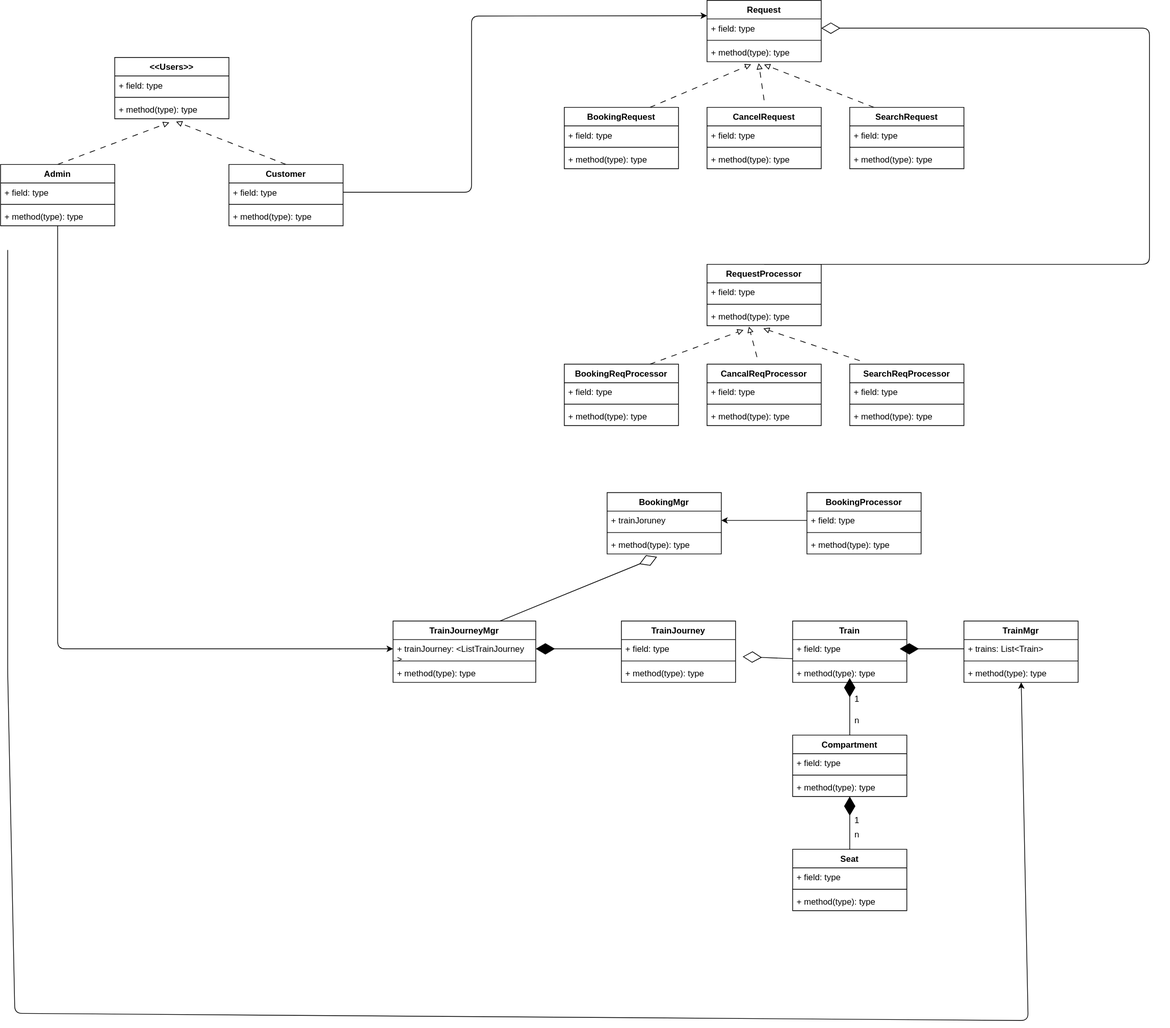
Earlier version of the draw.io export Projects/IRCTC/booking/booking_system.drawio.svg (ShamanthKumarHP/LLD). Source tidied: cells renumbered, new cells last; positions are measured from the earlier drawing's top-left corner, leaving out a move shared by most shapes.
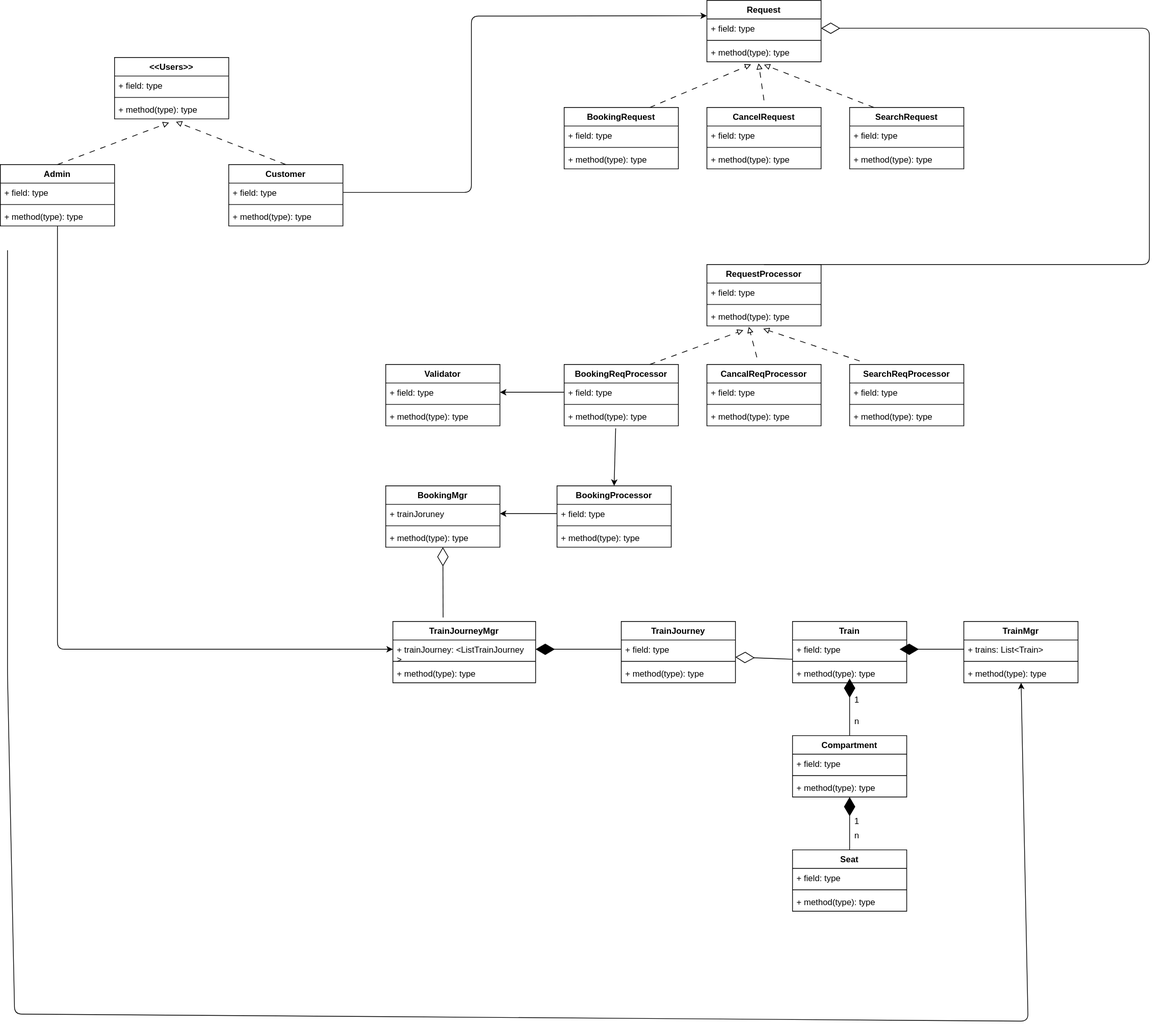
After the commit.

Change to the diagram source:
```diff
@@ -207,7 +207,7 @@
       <mxGeometry y="60" width="160" height="26" as="geometry" />
     </mxCell>
     <mxCell id="70" value="BookingMgr" style="swimlane;fontStyle=1;align=center;verticalAlign=top;horizontal=1;startSize=26;" parent="1" vertex="1">
-      <mxGeometry x="850" y="690" width="160" height="86" as="geometry" />
+      <mxGeometry x="540" y="680" width="160" height="86" as="geometry" />
     </mxCell>
     <mxCell id="71" value="+ trainJoruney" style="text;strokeColor=none;fillColor=none;align=left;verticalAlign=top;spacingLeft=4;spacingRight=4;overflow=hidden;points=[[0,0.5],[1,0.5]];portConstraint=eastwest;" parent="70" vertex="1">
       <mxGeometry y="26" width="160" height="26" as="geometry" />
@@ -261,8 +261,11 @@
         <mxPoint x="1069" y="460" as="targetPoint" />
       </mxGeometry>
     </mxCell>
+    <mxCell id="101" style="edgeStyle=none;html=1;exitX=0.5;exitY=0;exitDx=0;exitDy=0;entryX=0.451;entryY=1.135;entryDx=0;entryDy=0;entryPerimeter=0;endArrow=none;endFill=0;startArrow=classic;startFill=1;" parent="1" edge="1" source="83" target="61">
+      <mxGeometry relative="1" as="geometry" />
+    </mxCell>
     <mxCell id="83" value="BookingProcessor" style="swimlane;fontStyle=1;align=center;verticalAlign=top;horizontal=1;startSize=26;" parent="1" vertex="1">
-      <mxGeometry x="1130" y="690" width="160" height="86" as="geometry" />
+      <mxGeometry x="780" y="680" width="160" height="86" as="geometry" />
     </mxCell>
     <mxCell id="84" value="+ field: type" style="text;strokeColor=none;fillColor=none;align=left;verticalAlign=top;spacingLeft=4;spacingRight=4;overflow=hidden;points=[[0,0.5],[1,0.5]];portConstraint=eastwest;" parent="83" vertex="1">
       <mxGeometry y="26" width="160" height="26" as="geometry" />
@@ -294,7 +297,7 @@
     </mxCell>
     <mxCell id="92" style="endArrow=diamondThin;endFill=0;endSize=24;html=1;" parent="1" edge="1" source="24">
       <mxGeometry relative="1" as="geometry">
-        <mxPoint x="1040" y="920" as="targetPoint" />
+        <mxPoint x="1030" y="920" as="targetPoint" />
       </mxGeometry>
     </mxCell>
     <mxCell id="93" style="endArrow=classic;html=1;entryX=0;entryY=0.5;entryDx=0;entryDy=0;" parent="1" edge="1" source="5" target="15">
@@ -314,10 +317,8 @@
         </Array>
       </mxGeometry>
     </mxCell>
-    <mxCell id="95" style="endArrow=diamondThin;endFill=0;endSize=24;html=1;exitX=0.75;exitY=0;exitDx=0;exitDy=0;" parent="1" edge="1" source="14">
-      <mxGeometry relative="1" as="geometry">
-        <mxPoint x="920" y="780" as="targetPoint" />
-      </mxGeometry>
+    <mxCell id="95" style="endArrow=diamondThin;endFill=0;endSize=24;html=1;exitX=0.352;exitY=-0.064;exitDx=0;exitDy=0;exitPerimeter=0;" parent="1" edge="1" source="14" target="73">
+      <mxGeometry relative="1" as="geometry" />
     </mxCell>
     <mxCell id="96" style="endArrow=diamondThin;endFill=0;endSize=24;html=1;entryX=1;entryY=0.5;entryDx=0;entryDy=0;exitX=0.5;exitY=0;exitDx=0;exitDy=0;" parent="1" edge="1" source="54" target="39">
       <mxGeometry relative="1" as="geometry">
@@ -339,5 +340,20 @@
     <mxCell id="100" value="n" style="text;html=1;align=center;verticalAlign=middle;strokeColor=none;fillColor=none;" parent="1" vertex="1">
       <mxGeometry x="1185" y="1155" width="30" height="30" as="geometry" />
     </mxCell>
+    <mxCell id="102" value="Validator" style="swimlane;fontStyle=1;align=center;verticalAlign=top;horizontal=1;startSize=26;" parent="1" vertex="1">
+      <mxGeometry x="540" y="510" width="160" height="86" as="geometry" />
+    </mxCell>
+    <mxCell id="103" value="+ field: type" style="text;strokeColor=none;fillColor=none;align=left;verticalAlign=top;spacingLeft=4;spacingRight=4;overflow=hidden;points=[[0,0.5],[1,0.5]];portConstraint=eastwest;" parent="102" vertex="1">
+      <mxGeometry y="26" width="160" height="26" as="geometry" />
+    </mxCell>
+    <mxCell id="104" style="line;strokeWidth=1;fillColor=none;align=left;verticalAlign=middle;spacingTop=-1;spacingLeft=3;spacingRight=3;labelPosition=right;strokeColor=inherit;" parent="102" vertex="1">
+      <mxGeometry y="52" width="160" height="8" as="geometry" />
+    </mxCell>
+    <mxCell id="105" value="+ method(type): type" style="text;strokeColor=none;fillColor=none;align=left;verticalAlign=top;spacingLeft=4;spacingRight=4;overflow=hidden;" parent="102" vertex="1">
+      <mxGeometry y="60" width="160" height="26" as="geometry" />
+    </mxCell>
+    <mxCell id="106" style="edgeStyle=none;html=1;exitX=1;exitY=0.5;exitDx=0;exitDy=0;entryX=0;entryY=0.5;entryDx=0;entryDy=0;startArrow=classic;startFill=1;endArrow=none;endFill=0;" parent="1" edge="1" source="103" target="59">
+      <mxGeometry relative="1" as="geometry" />
+    </mxCell>
   </root>
 </mxGraphModel>
```
